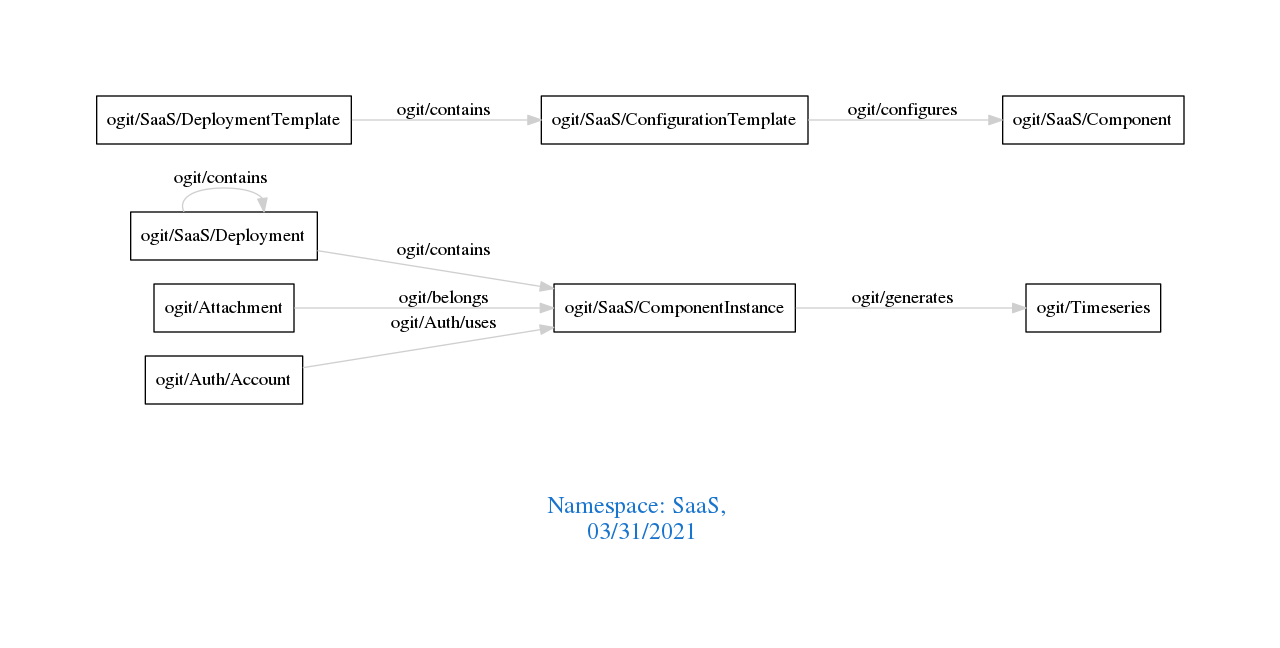
This is downloads/SaaS.png from arago/OGIT, a Graphviz export, as it was before one commit. Its source is kept beside it as downloads/SaaS.dot.
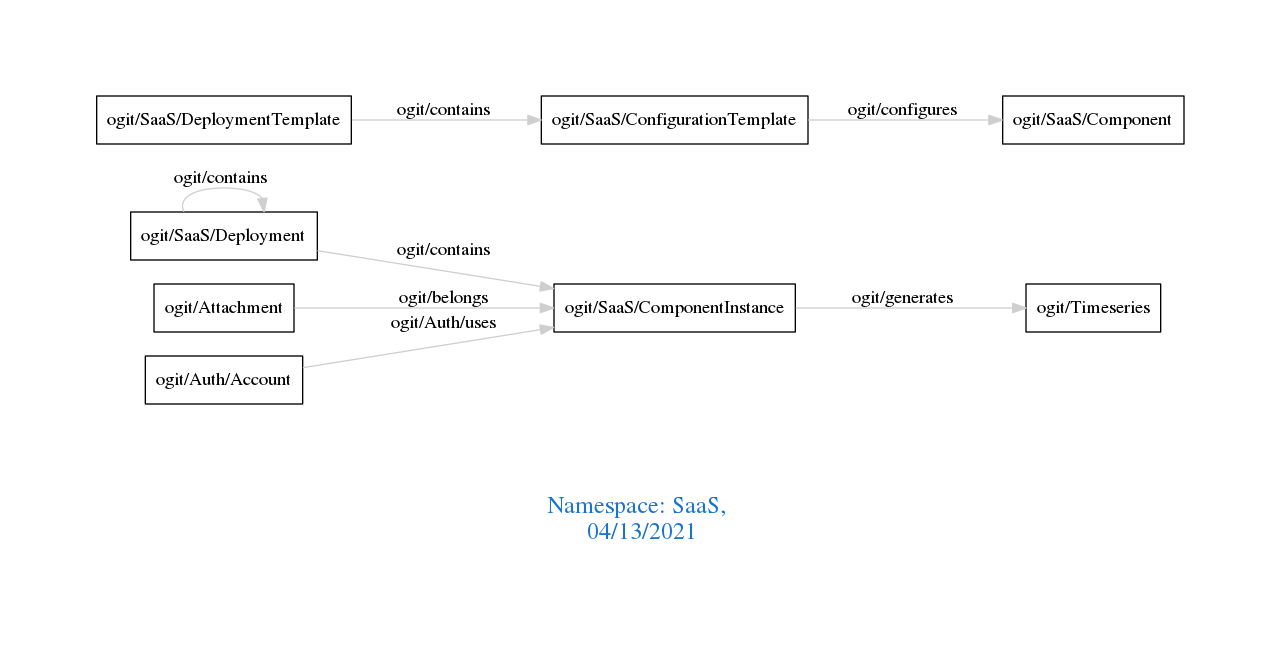
Later version of the same file.

What changed in the source:
```diff
@@ -1,7 +1,7 @@
 digraph OGIT_ontology {
  graph [ rankdir= LR,pad=1
 fontsize = 18,
-fontcolor= dodgerblue3,label = "\n\n\nNamespace: SaaS, \n 03/31/2021"];
+fontcolor= dodgerblue3,label = "\n\n\nNamespace: SaaS, \n 04/13/2021"];
 node[shape=polygon];
 edge [  color="gray81"];
 
```
